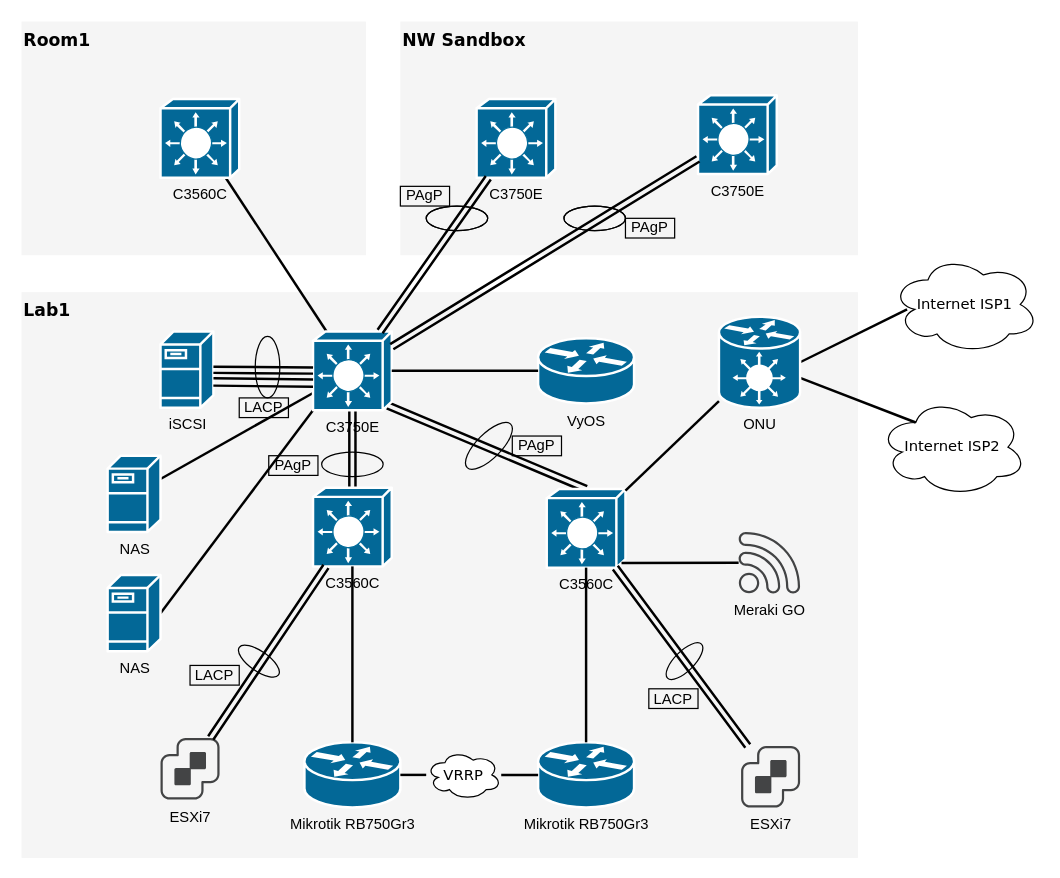
Before: HomeNetwork_plan1.drawio in hirofumihida/drowio-home, a draw.io diagram. Source tidied: cells renumbered, new cells numbered last; positions are measured from the earlier drawing's top-left corner, leaving out a move shared by most shapes. Both pictures are drawn from the tidied source at 123%, with x=0, y=0 at pixel (21, 21).
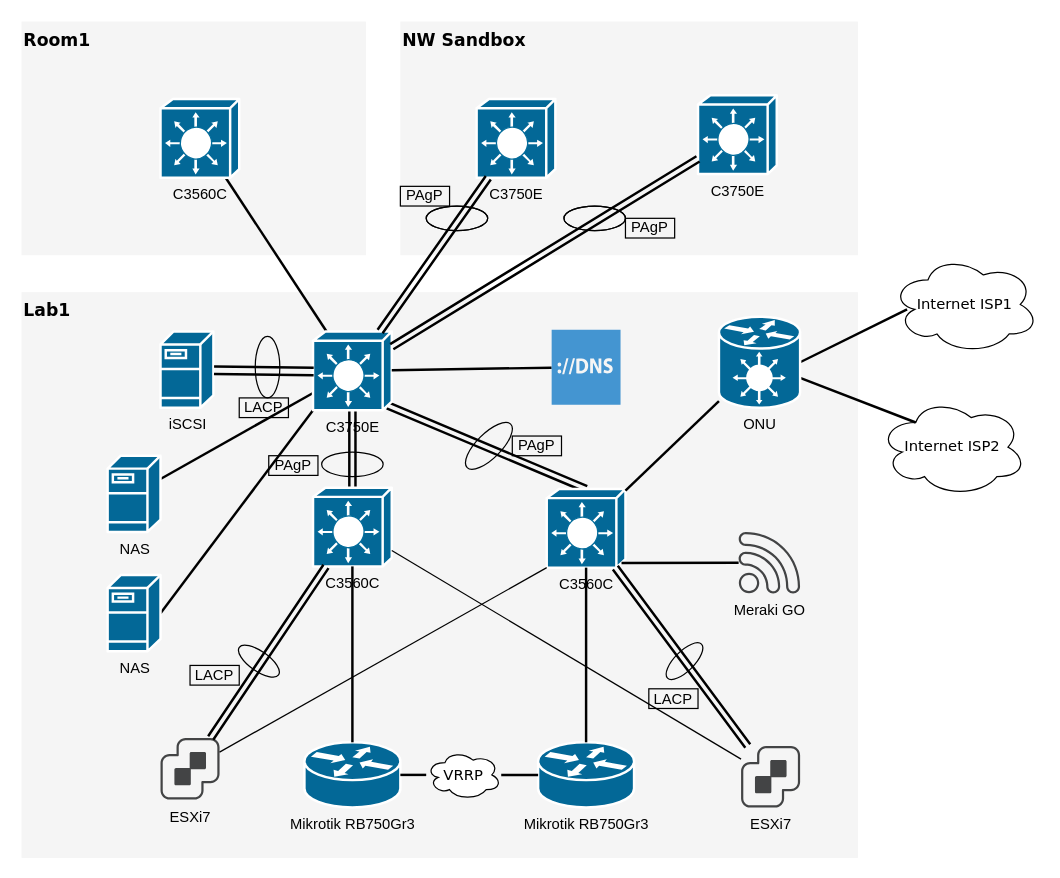
After the change.

Commit message:
HomeNetwork_plan1.drawio を更新します

Unchanged cells that the change refers to:
```xml
<mxCell id="16" value="C3560C" style="shape=mxgraph.cisco.switches.layer_3_switch;sketch=0;html=1;dashed=0;fillColor=#036897;strokeColor=#ffffff;strokeWidth=2;verticalLabelPosition=bottom;verticalAlign=top;align=center;outlineConnect=0;" parent="1" vertex="1">
  <mxGeometry x="427" y="380" width="64" height="64" as="geometry" />
</mxCell>
<mxCell id="17" value="C3750E" style="shape=mxgraph.cisco.switches.layer_3_switch;sketch=0;html=1;dashed=0;fillColor=#036897;strokeColor=#ffffff;strokeWidth=2;verticalLabelPosition=bottom;verticalAlign=top;align=center;outlineConnect=0;" parent="1" vertex="1">
  <mxGeometry x="237" y="252" width="64" height="64" as="geometry" />
</mxCell>
<mxCell id="23" value="iSCSI" style="shape=mxgraph.cisco.servers.fileserver;html=1;dashed=0;fillColor=#036897;strokeColor=#ffffff;strokeWidth=2;verticalLabelPosition=bottom;verticalAlign=top;align=center;outlineConnect=0;" parent="1" vertex="1">
  <mxGeometry x="113" y="252" width="43" height="62" as="geometry" />
</mxCell>
<mxCell id="24" value="C3560C" style="shape=mxgraph.cisco.switches.layer_3_switch;sketch=0;html=1;dashed=0;fillColor=#036897;strokeColor=#ffffff;strokeWidth=2;verticalLabelPosition=bottom;verticalAlign=top;align=center;outlineConnect=0;" parent="1" vertex="1">
  <mxGeometry x="237" y="379" width="64" height="64" as="geometry" />
</mxCell>
<mxCell id="47" value="ESXi7" style="sketch=0;shadow=0;dashed=0;html=1;strokeColor=none;fillColor=#434445;labelPosition=center;verticalLabelPosition=bottom;verticalAlign=top;align=center;outlineConnect=0;shape=mxgraph.vvd.vcenter_server;" parent="1" vertex="1">
  <mxGeometry x="585" y="589" width="48" height="50" as="geometry" />
</mxCell>
<mxCell id="57" value="ESXi7" style="sketch=0;shadow=0;dashed=0;html=1;strokeColor=none;fillColor=#434445;labelPosition=center;verticalLabelPosition=bottom;verticalAlign=top;align=center;outlineConnect=0;shape=mxgraph.vvd.vcenter_server;" parent="1" vertex="1">
  <mxGeometry x="113" y="582.5" width="48" height="50" as="geometry" />
</mxCell>
```

Diff of the diagram source:
```diff
@@
-    <mxCell id="25" style="edgeStyle=none;html=1;labelBackgroundColor=none;startFill=0;endArrow=none;endFill=0;strokeWidth=2;fontFamily=Verdana;fontSize=12;shape=link;" parent="1" edge="1" source="23" target="17">
-      <mxGeometry relative="1" as="geometry" />
-    </mxCell>
@@
-    <mxCell id="52" value="&lt;font face=&quot;Helvetica&quot;&gt;VyOS&lt;/font&gt;" style="shape=mxgraph.cisco.routers.router;html=1;dashed=0;fillColor=#036897;strokeColor=#ffffff;strokeWidth=2;verticalLabelPosition=bottom;verticalAlign=top;rounded=0;shadow=0;comic=0;fontFamily=Verdana;fontSize=12;" parent="1" vertex="1">
-      <mxGeometry x="420" y="257.5" width="78" height="53" as="geometry" />
-    </mxCell>
@@
-    <mxCell id="55" style="edgeStyle=none;html=1;labelBackgroundColor=none;startFill=0;endArrow=none;endFill=0;strokeWidth=2;fontFamily=Verdana;fontSize=12;entryX=0;entryY=0.5;entryDx=0;entryDy=0;entryPerimeter=0;" parent="1" edge="1" source="17" target="52">
+    <mxCell id="55" style="edgeStyle=none;html=1;labelBackgroundColor=none;startFill=0;endArrow=none;endFill=0;strokeWidth=2;fontFamily=Verdana;fontSize=12;" parent="1" edge="1" source="17" target="61">
       <mxGeometry relative="1" as="geometry" />
     </mxCell>
     <mxCell id="56" style="edgeStyle=none;html=1;labelBackgroundColor=none;startFill=0;endArrow=none;endFill=0;strokeWidth=2;fontFamily=Verdana;fontSize=12;shape=link;width=-7;" parent="1" edge="1">
       <mxGeometry relative="1" as="geometry">
-        <mxPoint x="156" y="293" as="sourcePoint" />
-        <mxPoint x="237" y="294" as="targetPoint" />
+        <mxPoint x="156.5" y="283.5" as="sourcePoint" />
+        <mxPoint x="237.5" y="284.5" as="targetPoint" />
       </mxGeometry>
     </mxCell>
@@
+    <mxCell id="61" style="shadow=0;dashed=0;html=1;strokeColor=none;fillColor=#4495D1;labelPosition=center;verticalLabelPosition=bottom;verticalAlign=top;align=center;outlineConnect=0;shape=mxgraph.veeam.dns;" parent="1" vertex="1">
+      <mxGeometry x="431" y="250.5" width="56" height="61" as="geometry" />
+    </mxCell>
+    <mxCell id="62" style="endArrow=none;html=1;rounded=0;entryX=0;entryY=1;entryDx=0;entryDy=0;entryPerimeter=0;" parent="1" edge="1" source="57" target="16">
+      <mxGeometry relative="1" as="geometry" />
+    </mxCell>
+    <mxCell id="63" style="endArrow=none;html=1;rounded=0;" parent="1" edge="1" source="47" target="24">
+      <mxGeometry relative="1" as="geometry" />
+    </mxCell>
```
